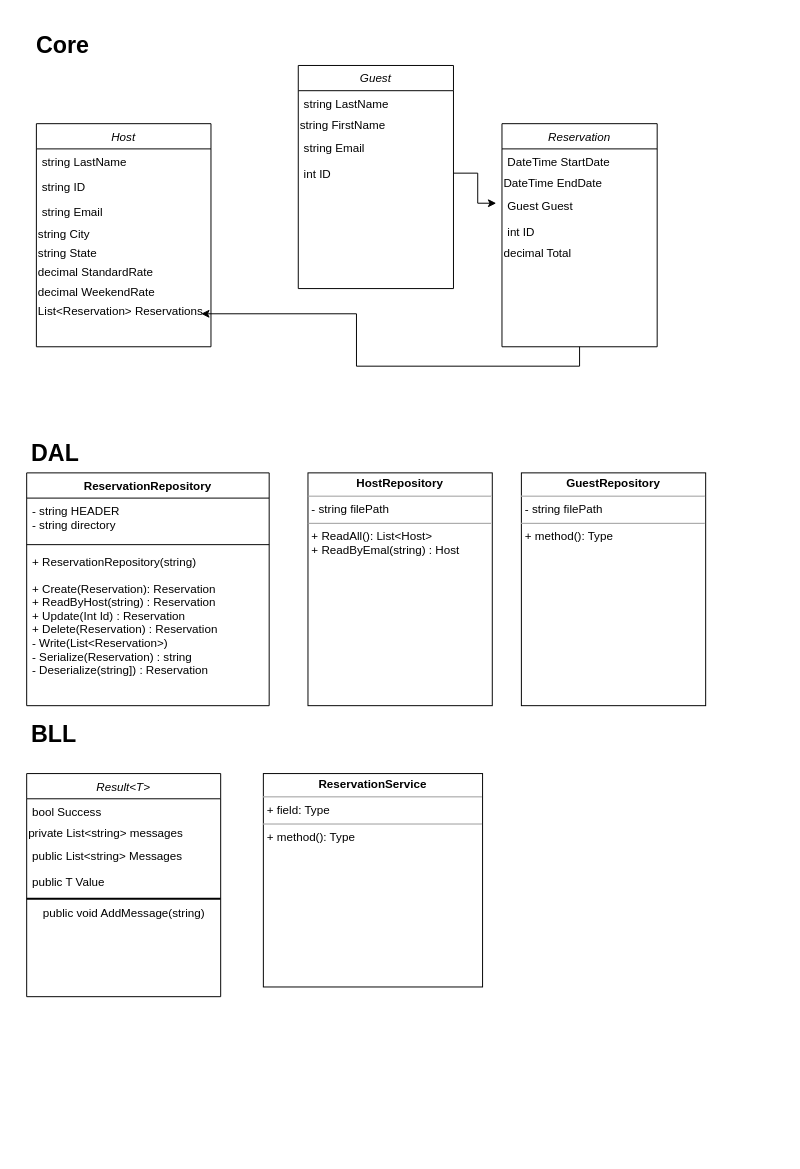
This is DWMHClassDiagram.drawio from mfd713/MadelineFriend-cohort-4, a draw.io file, before an edit. Source tidied: cells renumbered, new cells numbered last; positions are measured from the earlier drawing's top-left corner, leaving out a move shared by most shapes. Both pictures are drawn from the tidied source at 97%, with x=0, y=0 at pixel (26, 26).
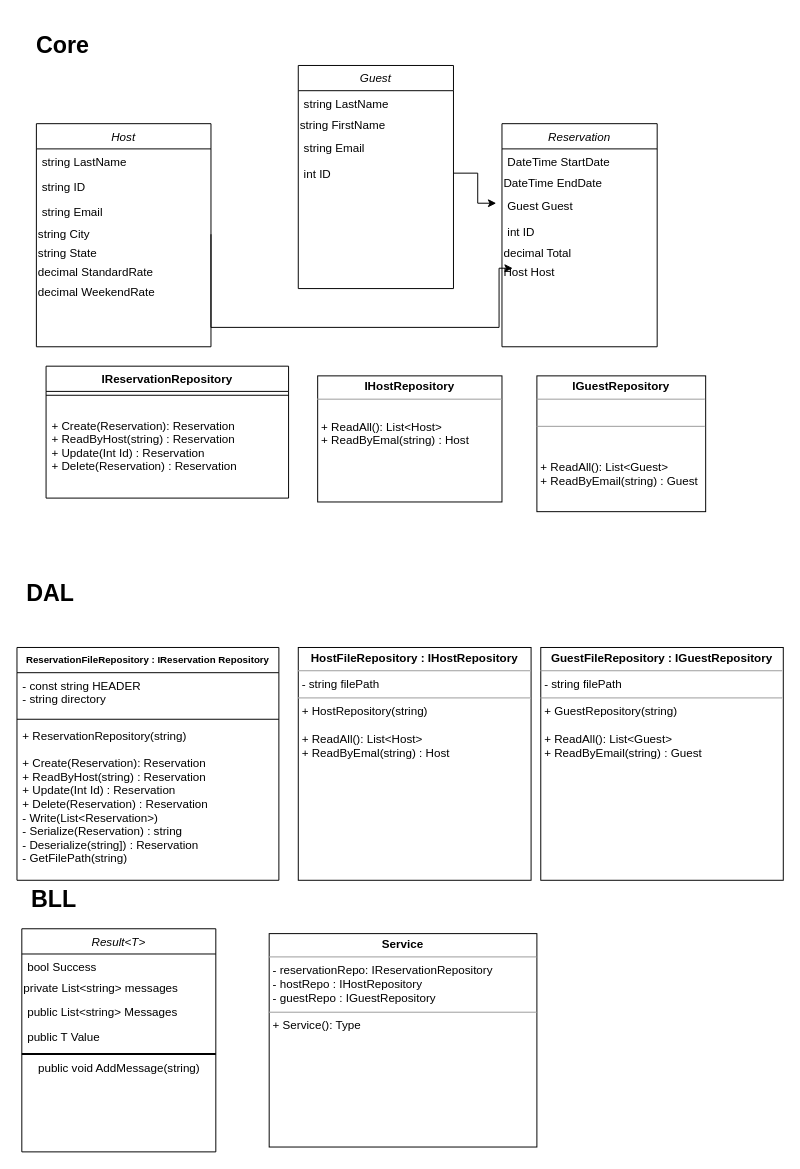
Above is the later version.

Unchanged cells that the change refers to:
```xml
<mxCell id="2" value="Host" style="swimlane;fontStyle=2;align=center;verticalAlign=top;horizontal=1;startSize=26;rounded=0;shadow=0;strokeWidth=1;" parent="1" vertex="1">
  <mxGeometry x="10" y="100" width="180" height="230" as="geometry" />
</mxCell>
<mxCell id="6" value="&lt;div&gt;&lt;span&gt;string City&lt;/span&gt;&lt;/div&gt;" style="text;html=1;strokeColor=none;fillColor=none;align=left;verticalAlign=middle;whiteSpace=wrap;rounded=0;" parent="2" vertex="1">
  <mxGeometry y="104" width="180" height="20" as="geometry" />
</mxCell>
<mxCell id="17" value="Reservation" style="swimlane;fontStyle=2;align=center;verticalAlign=top;horizontal=1;startSize=26;rounded=0;shadow=0;strokeWidth=1;" parent="1" vertex="1">
  <mxGeometry x="490" y="100" width="160" height="230" as="geometry" />
</mxCell>
```

Diff of the diagram source:
```diff
@@
-    <mxCell id="10" value="List&amp;lt;Reservation&amp;gt; Reservations" style="text;html=1;strokeColor=none;fillColor=none;align=left;verticalAlign=middle;whiteSpace=wrap;rounded=0;" parent="2" vertex="1">
-      <mxGeometry y="184" width="180" height="20" as="geometry" />
-    </mxCell>
@@
-    <mxCell id="16" style="edgeStyle=orthogonalEdgeStyle;rounded=0;jettySize=auto;html=1;exitX=0.5;exitY=1;exitDx=0;exitDy=0;entryX=0.944;entryY=0.6;entryDx=0;entryDy=0;entryPerimeter=0;" parent="1" edge="1" source="17" target="10">
-      <mxGeometry relative="1" as="geometry" />
-    </mxCell>
@@
+    <mxCell id="41" value="Host Host" style="text;html=1;align=left;verticalAlign=middle;points=[];strokeColor=none;" parent="17" vertex="1">
+      <mxGeometry y="144" width="160" height="20" as="geometry" />
+    </mxCell>
@@
     <mxCell id="24" value="Result&lt;T&gt;" style="swimlane;fontStyle=2;align=center;verticalAlign=top;horizontal=1;startSize=26;rounded=0;shadow=0;strokeWidth=1;" parent="1" vertex="1">
-      <mxGeometry y="770" width="200" height="230" as="geometry" />
+      <mxGeometry x="-5" y="930" width="200" height="230" as="geometry" />
     </mxCell>
@@
     <mxCell id="32" value="&lt;h1&gt;BLL&lt;/h1&gt;" style="text;html=1;strokeColor=none;fillColor=none;spacing=5;spacingTop=-20;whiteSpace=wrap;overflow=hidden;rounded=0;align=left;" parent="1" vertex="1">
-      <mxGeometry y="710" width="190" height="40" as="geometry" />
+      <mxGeometry y="880" width="190" height="40" as="geometry" />
     </mxCell>
     <mxCell id="33" value="&lt;h1&gt;DAL&lt;/h1&gt;" style="text;html=1;strokeColor=none;fillColor=none;spacing=5;spacingTop=-20;whiteSpace=wrap;overflow=hidden;rounded=0;align=left;" parent="1" vertex="1">
-      <mxGeometry y="420" width="190" height="40" as="geometry" />
+      <mxGeometry x="-5" y="565" width="190" height="40" as="geometry" />
     </mxCell>
-    <mxCell id="34" value="ReservationRepository" style="swimlane;fontStyle=1;align=center;verticalAlign=top;horizontal=1;startSize=26;" parent="1" vertex="1">
-      <mxGeometry y="460" width="250" height="240" as="geometry" />
+    <mxCell id="34" value="ReservationFileRepository : IReservation Repository" style="swimlane;fontStyle=1;align=center;verticalAlign=top;horizontal=1;startSize=26;fontSize=10;" parent="1" vertex="1">
+      <mxGeometry x="-10" y="640" width="270" height="240" as="geometry" />
     </mxCell>
-    <mxCell id="35" value="- string HEADER&#10;- string directory" style="text;strokeColor=none;fillColor=none;align=left;verticalAlign=top;spacingLeft=4;spacingRight=4;overflow=hidden;" parent="34" vertex="1">
-      <mxGeometry y="26" width="250" height="44" as="geometry" />
+    <mxCell id="35" value="- const string HEADER&#10;- string directory" style="text;strokeColor=none;fillColor=none;align=left;verticalAlign=top;spacingLeft=4;spacingRight=4;overflow=hidden;" parent="34" vertex="1">
+      <mxGeometry y="26" width="270" height="44" as="geometry" />
     </mxCell>
     <mxCell id="36" style="line;strokeWidth=1;fillColor=none;align=left;verticalAlign=middle;spacingTop=-1;spacingLeft=3;spacingRight=3;labelPosition=right;" parent="34" vertex="1">
-      <mxGeometry y="70" width="250" height="8" as="geometry" />
+      <mxGeometry y="70" width="270" height="8" as="geometry" />
     </mxCell>
-    <mxCell id="37" value="+ ReservationRepository(string)&#10;&#10;+ Create(Reservation): Reservation&#10;+ ReadByHost(string) : Reservation&#10;+ Update(Int Id) : Reservation&#10;+ Delete(Reservation) : Reservation&#10;- Write(List&lt;Reservation&gt;)&#10;- Serialize(Reservation) : string&#10;- Deserialize(string]) : Reservation" style="text;strokeColor=none;fillColor=none;align=left;verticalAlign=top;spacingLeft=4;spacingRight=4;overflow=hidden;" parent="34" vertex="1">
-      <mxGeometry y="78" width="250" height="162" as="geometry" />
+    <mxCell id="37" value="+ ReservationRepository(string)&#10;&#10;+ Create(Reservation): Reservation&#10;+ ReadByHost(string) : Reservation&#10;+ Update(Int Id) : Reservation&#10;+ Delete(Reservation) : Reservation&#10;- Write(List&lt;Reservation&gt;)&#10;- Serialize(Reservation) : string&#10;- Deserialize(string]) : Reservation&#10;- GetFilePath(string)" style="text;strokeColor=none;fillColor=none;align=left;verticalAlign=top;spacingLeft=4;spacingRight=4;overflow=hidden;" parent="34" vertex="1">
+      <mxGeometry y="78" width="270" height="162" as="geometry" />
     </mxCell>
-    <mxCell id="38" value="&lt;p style=&quot;margin: 0px ; margin-top: 4px ; text-align: center&quot;&gt;&lt;b&gt;ReservationService&lt;/b&gt;&lt;/p&gt;&lt;hr size=&quot;1&quot;&gt;&lt;p style=&quot;margin: 0px ; margin-left: 4px&quot;&gt;+ field: Type&lt;/p&gt;&lt;hr size=&quot;1&quot;&gt;&lt;p style=&quot;margin: 0px ; margin-left: 4px&quot;&gt;+ method(): Type&lt;/p&gt;" style="verticalAlign=top;align=left;overflow=fill;fontSize=12;fontFamily=Helvetica;html=1;" parent="1" vertex="1">
-      <mxGeometry x="244" y="770" width="226" height="220" as="geometry" />
+    <mxCell id="38" value="&lt;p style=&quot;margin: 0px ; margin-top: 4px ; text-align: center&quot;&gt;&lt;b&gt;Service&lt;/b&gt;&lt;/p&gt;&lt;hr size=&quot;1&quot;&gt;&lt;p style=&quot;margin: 0px ; margin-left: 4px&quot;&gt;- reservationRepo: IReservationRepository&lt;/p&gt;&lt;p style=&quot;margin: 0px ; margin-left: 4px&quot;&gt;- hostRepo : IHostRepository&lt;/p&gt;&lt;p style=&quot;margin: 0px ; margin-left: 4px&quot;&gt;- guestRepo : IGuestRepository&amp;nbsp;&lt;/p&gt;&lt;hr size=&quot;1&quot;&gt;&lt;p style=&quot;margin: 0px ; margin-left: 4px&quot;&gt;+ Service(): Type&lt;/p&gt;" style="verticalAlign=top;align=left;overflow=fill;fontSize=12;fontFamily=Helvetica;html=1;" parent="1" vertex="1">
+      <mxGeometry x="250" y="935" width="276" height="220" as="geometry" />
     </mxCell>
-    <mxCell id="39" value="&lt;p style=&quot;margin: 0px ; margin-top: 4px ; text-align: center&quot;&gt;&lt;b&gt;HostRepository&lt;/b&gt;&lt;/p&gt;&lt;hr size=&quot;1&quot;&gt;&lt;p style=&quot;margin: 0px ; margin-left: 4px&quot;&gt;- string filePath&lt;br&gt;&lt;/p&gt;&lt;hr size=&quot;1&quot;&gt;&lt;p style=&quot;margin: 0px ; margin-left: 4px&quot;&gt;+ ReadAll(): List&amp;lt;Host&amp;gt;&lt;/p&gt;&lt;p style=&quot;margin: 0px ; margin-left: 4px&quot;&gt;+ ReadByEmal(string) : Host&lt;/p&gt;" style="verticalAlign=top;align=left;overflow=fill;fontSize=12;fontFamily=Helvetica;html=1;" parent="1" vertex="1">
-      <mxGeometry x="290" y="460" width="190" height="240" as="geometry" />
+    <mxCell id="39" value="&lt;p style=&quot;margin: 0px ; margin-top: 4px ; text-align: center&quot;&gt;&lt;b&gt;HostFileRepository : IHostRepository&lt;/b&gt;&lt;/p&gt;&lt;hr size=&quot;1&quot;&gt;&lt;p style=&quot;margin: 0px ; margin-left: 4px&quot;&gt;- string filePath&lt;br&gt;&lt;/p&gt;&lt;hr size=&quot;1&quot;&gt;&lt;p style=&quot;margin: 0px ; margin-left: 4px&quot;&gt;+ HostRepository(string)&lt;/p&gt;&lt;p style=&quot;margin: 0px ; margin-left: 4px&quot;&gt;&lt;br&gt;&lt;/p&gt;&lt;p style=&quot;margin: 0px ; margin-left: 4px&quot;&gt;+ ReadAll(): List&amp;lt;Host&amp;gt;&lt;/p&gt;&lt;p style=&quot;margin: 0px ; margin-left: 4px&quot;&gt;+ ReadByEmal(string) : Host&lt;/p&gt;" style="verticalAlign=top;align=left;overflow=fill;fontSize=12;fontFamily=Helvetica;html=1;" parent="1" vertex="1">
+      <mxGeometry x="280" y="640" width="240" height="240" as="geometry" />
     </mxCell>
-    <mxCell id="40" value="&lt;p style=&quot;margin: 0px ; margin-top: 4px ; text-align: center&quot;&gt;&lt;b&gt;GuestRepository&lt;/b&gt;&lt;/p&gt;&lt;hr size=&quot;1&quot;&gt;&lt;p style=&quot;margin: 0px ; margin-left: 4px&quot;&gt;- string filePath&lt;br&gt;&lt;/p&gt;&lt;hr size=&quot;1&quot;&gt;&lt;p style=&quot;margin: 0px ; margin-left: 4px&quot;&gt;+ method(): Type&lt;/p&gt;" style="verticalAlign=top;align=left;overflow=fill;fontSize=12;fontFamily=Helvetica;html=1;" parent="1" vertex="1">
-      <mxGeometry x="510" y="460" width="190" height="240" as="geometry" />
+    <mxCell id="40" value="&lt;p style=&quot;margin: 0px ; margin-top: 4px ; text-align: center&quot;&gt;&lt;b&gt;GuestFileRepository : IGuestRepository&lt;/b&gt;&lt;/p&gt;&lt;hr size=&quot;1&quot;&gt;&lt;p style=&quot;margin: 0px ; margin-left: 4px&quot;&gt;- string filePath&lt;br&gt;&lt;/p&gt;&lt;hr size=&quot;1&quot;&gt;&lt;p style=&quot;margin: 0px ; margin-left: 4px&quot;&gt;+ GuestRepository(string)&lt;/p&gt;&lt;p style=&quot;margin: 0px ; margin-left: 4px&quot;&gt;&lt;br&gt;&lt;/p&gt;&lt;p style=&quot;margin: 0px ; margin-left: 4px&quot;&gt;+ ReadAll(): List&amp;lt;Guest&amp;gt;&lt;/p&gt;&lt;p style=&quot;margin: 0px ; margin-left: 4px&quot;&gt;+ ReadByEmail(string) : Guest&lt;/p&gt;" style="verticalAlign=top;align=left;overflow=fill;fontSize=12;fontFamily=Helvetica;html=1;" parent="1" vertex="1">
+      <mxGeometry x="530" y="640" width="250" height="240" as="geometry" />
     </mxCell>
+    <mxCell id="42" style="edgeStyle=orthogonalEdgeStyle;rounded=0;jettySize=auto;html=1;exitX=1;exitY=0.5;exitDx=0;exitDy=0;entryX=0.069;entryY=0.25;entryDx=0;entryDy=0;entryPerimeter=0;" parent="1" edge="1" source="6" target="41">
+      <mxGeometry relative="1" as="geometry">
+        <Array as="points">
+          <mxPoint x="190" y="310" />
+          <mxPoint x="487" y="310" />
+          <mxPoint x="487" y="249" />
+        </Array>
+      </mxGeometry>
+    </mxCell>
+    <mxCell id="43" value="IReservationRepository" style="swimlane;fontStyle=1;align=center;verticalAlign=top;horizontal=1;startSize=26;" parent="1" vertex="1">
+      <mxGeometry x="20" y="350" width="250" height="136" as="geometry" />
+    </mxCell>
+    <mxCell id="44" style="line;strokeWidth=1;fillColor=none;align=left;verticalAlign=middle;spacingTop=-1;spacingLeft=3;spacingRight=3;labelPosition=right;" parent="43" vertex="1">
+      <mxGeometry y="26" width="250" height="8" as="geometry" />
+    </mxCell>
+    <mxCell id="45" value="&#10;+ Create(Reservation): Reservation&#10;+ ReadByHost(string) : Reservation&#10;+ Update(Int Id) : Reservation&#10;+ Delete(Reservation) : Reservation" style="text;strokeColor=none;fillColor=none;align=left;verticalAlign=top;spacingLeft=4;spacingRight=4;overflow=hidden;" parent="43" vertex="1">
+      <mxGeometry y="34" width="250" height="102" as="geometry" />
+    </mxCell>
+    <mxCell id="46" value="&lt;p style=&quot;margin: 0px ; margin-top: 4px ; text-align: center&quot;&gt;&lt;b&gt;IHostRepository&lt;/b&gt;&lt;/p&gt;&lt;hr size=&quot;1&quot;&gt;&lt;p style=&quot;margin: 0px ; margin-left: 4px&quot;&gt;&lt;/p&gt;&lt;p style=&quot;margin: 0px ; margin-left: 4px&quot;&gt;&lt;br&gt;&lt;/p&gt;&lt;p style=&quot;margin: 0px ; margin-left: 4px&quot;&gt;+ ReadAll(): List&amp;lt;Host&amp;gt;&lt;/p&gt;&lt;p style=&quot;margin: 0px ; margin-left: 4px&quot;&gt;+ ReadByEmal(string) : Host&lt;/p&gt;" style="verticalAlign=top;align=left;overflow=fill;fontSize=12;fontFamily=Helvetica;html=1;" parent="1" vertex="1">
+      <mxGeometry x="300" y="360" width="190" height="130" as="geometry" />
+    </mxCell>
+    <mxCell id="47" value="&lt;p style=&quot;margin: 0px ; margin-top: 4px ; text-align: center&quot;&gt;&lt;b&gt;IGuestRepository&lt;/b&gt;&lt;/p&gt;&lt;hr size=&quot;1&quot;&gt;&lt;p style=&quot;margin: 0px ; margin-left: 4px&quot;&gt;&lt;br&gt;&lt;/p&gt;&lt;hr size=&quot;1&quot;&gt;&lt;p style=&quot;margin: 0px ; margin-left: 4px&quot;&gt;&lt;br&gt;&lt;/p&gt;&lt;p style=&quot;margin: 0px ; margin-left: 4px&quot;&gt;&lt;br&gt;&lt;/p&gt;&lt;p style=&quot;margin: 0px ; margin-left: 4px&quot;&gt;+ ReadAll(): List&amp;lt;Guest&amp;gt;&lt;/p&gt;&lt;p style=&quot;margin: 0px ; margin-left: 4px&quot;&gt;+ ReadByEmail(string) : Guest&lt;/p&gt;" style="verticalAlign=top;align=left;overflow=fill;fontSize=12;fontFamily=Helvetica;html=1;" parent="1" vertex="1">
+      <mxGeometry x="526" y="360" width="174" height="140" as="geometry" />
+    </mxCell>
```
